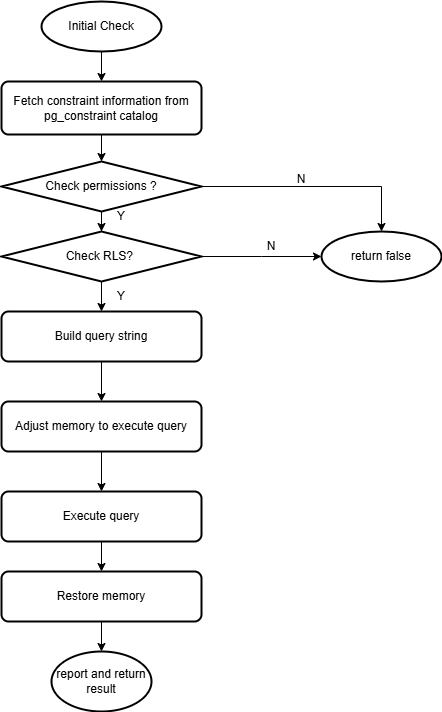
Before: 未命名绘图.drawio.png, a diagram exported from draw.io (fakenewsqxxwqx/Assignment5). Source tidied: cells renumbered, new cells last; positions are measured from the earlier drawing's top-left corner, leaving out a move shared by most shapes.
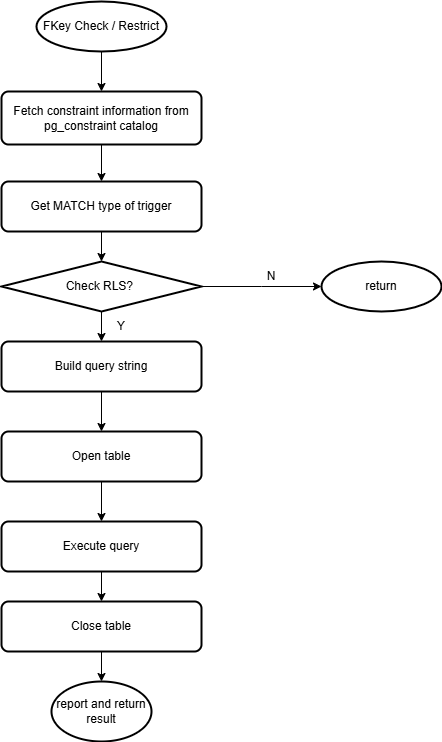
Later version of the same file.

Commit message:
更新未命名绘图.drawio.png

What changed in the source:
```diff
@@ -2,18 +2,12 @@
   <root>
     <mxCell id="0" />
     <mxCell id="1" parent="0" />
-    <mxCell id="2" style="edgeStyle=orthogonalEdgeStyle;rounded=0;jettySize=auto;html=1;" parent="1" edge="1" source="3" target="5">
-      <mxGeometry relative="1" as="geometry" />
-    </mxCell>
+    <mxCell id="26" style="edgeStyle=orthogonalEdgeStyle;rounded=0;jettySize=auto;html=1;" parent="1" edge="1" source="3" target="28">
+      <mxGeometry relative="1" as="geometry" />
+    </mxCell>
     <mxCell id="3" value="Fetch constraint information from pg_constraint catalog" style="rounded=1;whiteSpace=wrap;html=1;absoluteArcSize=1;arcSize=14;strokeWidth=2;" parent="1" vertex="1">
-      <mxGeometry y="80" width="200" height="53" as="geometry" />
+      <mxGeometry y="60" width="200" height="53" as="geometry" />
     </mxCell>
-    <mxCell id="4" style="edgeStyle=orthogonalEdgeStyle;rounded=0;jettySize=auto;html=1;labelBorderColor=none;" parent="1" edge="1" source="5" target="8">
-      <mxGeometry relative="1" as="geometry" />
-    </mxCell>
-    <mxCell id="5" value="Check permissions ?" style="strokeWidth=2;html=1;shape=mxgraph.flowchart.decision;whiteSpace=wrap;" parent="1" vertex="1">
-      <mxGeometry y="160" width="200" height="50" as="geometry" />
-    </mxCell>
     <mxCell id="6" style="edgeStyle=orthogonalEdgeStyle;rounded=0;jettySize=auto;html=1;" parent="1" edge="1" source="8" target="10">
       <mxGeometry relative="1" as="geometry" />
     </mxCell>
@@ -40,41 +34,38 @@
     <mxCell id="13" style="edgeStyle=orthogonalEdgeStyle;rounded=0;jettySize=auto;html=1;" parent="1" edge="1" source="14" target="12">
       <mxGeometry relative="1" as="geometry" />
     </mxCell>
-    <mxCell id="14" value="Adjust memory to execute query" style="rounded=1;whiteSpace=wrap;html=1;absoluteArcSize=1;arcSize=14;strokeWidth=2;" parent="1" vertex="1">
+    <mxCell id="14" value="Open table" style="rounded=1;whiteSpace=wrap;html=1;absoluteArcSize=1;arcSize=14;strokeWidth=2;" parent="1" vertex="1">
       <mxGeometry y="400" width="200" height="50" as="geometry" />
     </mxCell>
     <mxCell id="15" style="edgeStyle=orthogonalEdgeStyle;rounded=0;jettySize=auto;html=1;" parent="1" edge="1" source="16" target="19">
       <mxGeometry relative="1" as="geometry" />
     </mxCell>
-    <mxCell id="16" value="Restore memory" style="rounded=1;whiteSpace=wrap;html=1;absoluteArcSize=1;arcSize=14;strokeWidth=2;" parent="1" vertex="1">
+    <mxCell id="16" value="Close table" style="rounded=1;whiteSpace=wrap;html=1;absoluteArcSize=1;arcSize=14;strokeWidth=2;" parent="1" vertex="1">
       <mxGeometry y="570" width="200" height="50" as="geometry" />
     </mxCell>
     <mxCell id="17" style="edgeStyle=orthogonalEdgeStyle;rounded=0;jettySize=auto;html=1;" parent="1" edge="1" source="18" target="3">
       <mxGeometry relative="1" as="geometry" />
     </mxCell>
-    <mxCell id="18" value="Initial Check" style="strokeWidth=2;html=1;shape=mxgraph.flowchart.start_1;whiteSpace=wrap;" parent="1" vertex="1">
-      <mxGeometry x="40" width="120" height="50" as="geometry" />
+    <mxCell id="18" value="FKey Check / Restrict" style="strokeWidth=2;html=1;shape=mxgraph.flowchart.start_1;whiteSpace=wrap;" parent="1" vertex="1">
+      <mxGeometry x="35" y="-30" width="130" height="50" as="geometry" />
     </mxCell>
     <mxCell id="19" value="report and return result" style="strokeWidth=2;html=1;shape=mxgraph.flowchart.start_1;whiteSpace=wrap;" parent="1" vertex="1">
       <mxGeometry x="50" y="650" width="100" height="60" as="geometry" />
     </mxCell>
-    <mxCell id="20" value="return false" style="strokeWidth=2;html=1;shape=mxgraph.flowchart.start_1;whiteSpace=wrap;" parent="1" vertex="1">
+    <mxCell id="20" value="return" style="strokeWidth=2;html=1;shape=mxgraph.flowchart.start_1;whiteSpace=wrap;" parent="1" vertex="1">
       <mxGeometry x="320" y="230" width="120" height="50" as="geometry" />
     </mxCell>
-    <mxCell id="21" style="edgeStyle=orthogonalEdgeStyle;rounded=0;jettySize=auto;html=1;entryX=0.5;entryY=0;entryDx=0;entryDy=0;entryPerimeter=0;" parent="1" edge="1" source="5" target="20">
-      <mxGeometry relative="1" as="geometry" />
-    </mxCell>
-    <mxCell id="22" value="N&lt;div&gt;&lt;br&gt;&lt;/div&gt;" style="text;html=1;align=center;verticalAlign=middle;whiteSpace=wrap;rounded=0;" parent="1" vertex="1">
-      <mxGeometry x="270" y="170" width="60" height="30" as="geometry" />
-    </mxCell>
-    <mxCell id="23" value="Y" style="text;html=1;align=center;verticalAlign=middle;whiteSpace=wrap;rounded=0;" parent="1" vertex="1">
-      <mxGeometry x="90" y="200" width="60" height="30" as="geometry" />
-    </mxCell>
     <mxCell id="24" value="Y" style="text;html=1;align=center;verticalAlign=middle;whiteSpace=wrap;rounded=0;" parent="1" vertex="1">
       <mxGeometry x="90" y="280" width="60" height="30" as="geometry" />
     </mxCell>
     <mxCell id="25" value="N" style="text;html=1;align=center;verticalAlign=middle;whiteSpace=wrap;rounded=0;" parent="1" vertex="1">
       <mxGeometry x="240" y="230" width="60" height="30" as="geometry" />
     </mxCell>
+    <mxCell id="27" style="edgeStyle=orthogonalEdgeStyle;rounded=0;jettySize=auto;html=1;" parent="1" edge="1" source="28" target="8">
+      <mxGeometry relative="1" as="geometry" />
+    </mxCell>
+    <mxCell id="28" value="Get MATCH type of trigger" style="rounded=1;whiteSpace=wrap;html=1;absoluteArcSize=1;arcSize=14;strokeWidth=2;" parent="1" vertex="1">
+      <mxGeometry y="150" width="200" height="50" as="geometry" />
+    </mxCell>
   </root>
 </mxGraphModel>
```
